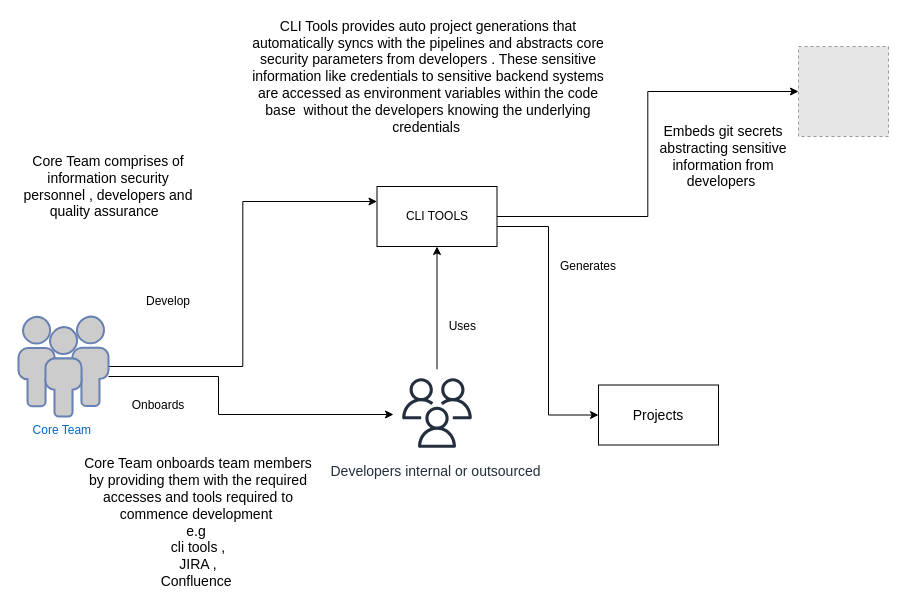
Earlier version of the draw.io diagram page "Internal process flow" (2 of 2) of icurity.drawio (tyger-rareatom/consulting-architectures). Source tidied: cells renumbered, new cells numbered last; positions are measured from the earlier drawing's top-left corner, leaving out a move shared by most shapes. Both pictures are drawn from the tidied source at 100%, with x=0, y=0 at pixel (18, 26). Pictures stored in the file or linked from it are replaced by grey dashed boxes.
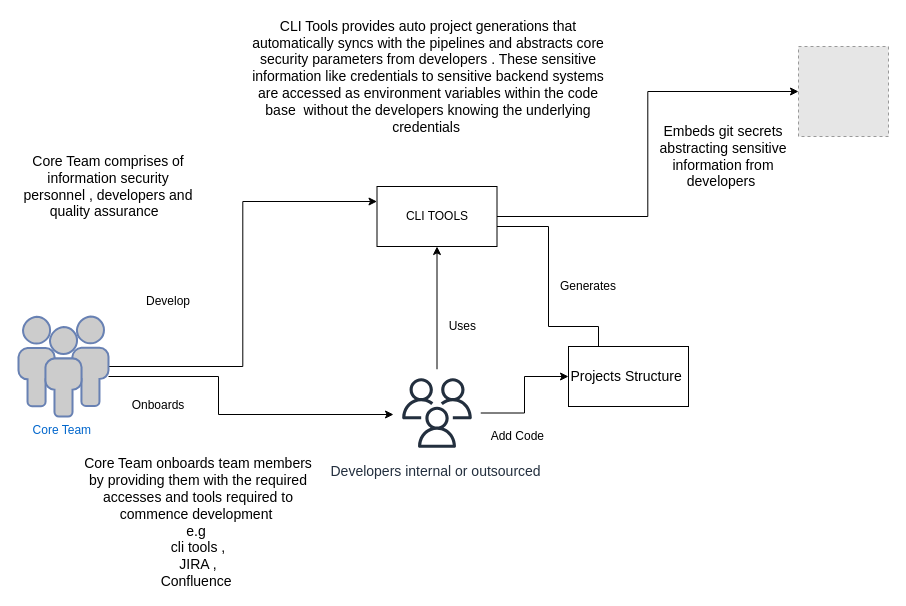
The same diagram, later.

Commit message:
Enhancing the code flow

The change refers to these unchanged cells:
```xml
<mxCell id="6" value="&lt;font style=&quot;font-size: 14px&quot;&gt;Developers internal or outsourced&amp;nbsp;&lt;/font&gt;" style="sketch=0;outlineConnect=0;fontColor=#232F3E;gradientColor=none;strokeColor=#232F3E;fillColor=#ffffff;dashed=0;verticalLabelPosition=bottom;verticalAlign=top;align=center;html=1;fontSize=12;fontStyle=0;shape=mxgraph.aws4.resourceIcon;resIcon=mxgraph.aws4.users;" parent="1" vertex="1">
  <mxGeometry x="375" y="343" width="87" height="87" as="geometry" />
</mxCell>
<mxCell id="11" value="CLI TOOLS" style="rounded=0;whiteSpace=wrap;html=1;" parent="1" vertex="1">
  <mxGeometry x="358.5" y="160" width="120" height="60" as="geometry" />
</mxCell>
```

Change to the diagram source:
```diff
@@
+    <mxCell id="20" style="edgeStyle=orthogonalEdgeStyle;rounded=0;jettySize=auto;html=1;entryX=0;entryY=0.5;entryDx=0;entryDy=0;" parent="1" edge="1" source="6" target="17">
+      <mxGeometry relative="1" as="geometry" />
+    </mxCell>
@@
     <mxCell id="10" style="edgeStyle=orthogonalEdgeStyle;rounded=0;jettySize=auto;html=1;entryX=0;entryY=0.5;entryDx=0;entryDy=0;" parent="1" edge="1" source="11" target="17">
       <mxGeometry relative="1" as="geometry">
         <Array as="points">
           <mxPoint x="530" y="200" />
-          <mxPoint x="530" y="389" />
+          <mxPoint x="530" y="300" />
+          <mxPoint x="580" y="300" />
         </Array>
       </mxGeometry>
     </mxCell>
@@
-    <mxCell id="17" value="&lt;font style=&quot;font-size: 14px&quot;&gt;Projects&lt;/font&gt;" style="rounded=0;whiteSpace=wrap;html=1;" parent="1" vertex="1">
-      <mxGeometry x="580" y="358.5" width="120" height="60" as="geometry" />
+    <mxCell id="17" value="&lt;span style=&quot;font-size: 14px&quot;&gt;Projects Structure&amp;nbsp;&lt;/span&gt;" style="rounded=0;whiteSpace=wrap;html=1;" parent="1" vertex="1">
+      <mxGeometry x="550" y="320" width="120" height="60" as="geometry" />
     </mxCell>
@@
     <mxCell id="19" value="Generates" style="text;html=1;strokeColor=none;fillColor=none;align=center;verticalAlign=middle;whiteSpace=wrap;rounded=0;" parent="1" vertex="1">
-      <mxGeometry x="550" y="230" width="40" height="20" as="geometry" />
+      <mxGeometry x="550" y="250" width="40" height="20" as="geometry" />
     </mxCell>
+    <mxCell id="21" value="Add Code&amp;nbsp;" style="text;html=1;strokeColor=none;fillColor=none;align=center;verticalAlign=middle;whiteSpace=wrap;rounded=0;" parent="1" vertex="1">
+      <mxGeometry x="466" y="400" width="70" height="20" as="geometry" />
+    </mxCell>
```
